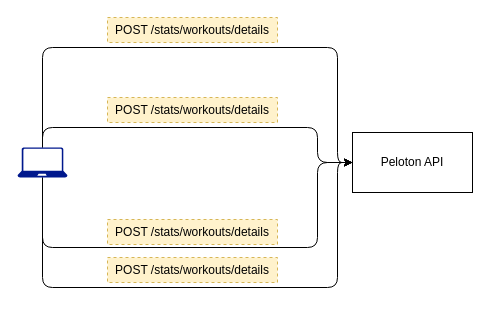
abunuwas/api-sec-book-imgs keeps this draw.io diagram as page "11.2" (12 of 12) of ch11.drawio. Above is the earlier version. Source tidied: cells renumbered, new cells numbered last; positions are measured from the earlier drawing's top-left corner, leaving out a move shared by most shapes. Both pictures are drawn from the tidied source at 100%, with x=0, y=0 at pixel (17, 17).
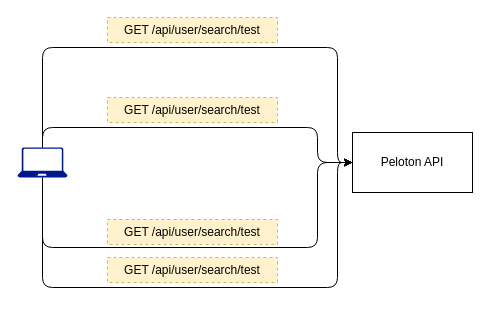
Above is the later version.

Diff of the diagram source:
```diff
@@
 <mxGraphModel>
   <root>
     <mxCell id="0" />
     <mxCell id="1" parent="0" />
     <mxCell id="2" value="Peloton API" style="rounded=0;whiteSpace=wrap;html=1;" parent="1" vertex="1">
       <mxGeometry x="335" y="115" width="120" height="60" as="geometry" />
     </mxCell>
     <mxCell id="3" style="edgeStyle=orthogonalEdgeStyle;rounded=1;jettySize=auto;html=1;entryX=0;entryY=0.5;entryDx=0;entryDy=0;curved=0;" parent="1" edge="1" source="7" target="2">
       <mxGeometry relative="1" as="geometry">
         <Array as="points">
           <mxPoint x="25" y="30" />
           <mxPoint x="320" y="30" />
           <mxPoint x="320" y="145" />
         </Array>
       </mxGeometry>
     </mxCell>
     <mxCell id="4" style="edgeStyle=orthogonalEdgeStyle;rounded=1;jettySize=auto;html=1;entryX=0;entryY=0.5;entryDx=0;entryDy=0;curved=0;" parent="1" edge="1" source="7" target="2">
       <mxGeometry relative="1" as="geometry">
         <Array as="points">
           <mxPoint x="25" y="110" />
           <mxPoint x="300" y="110" />
           <mxPoint x="300" y="145" />
         </Array>
       </mxGeometry>
     </mxCell>
     <mxCell id="5" style="edgeStyle=orthogonalEdgeStyle;rounded=1;jettySize=auto;html=1;entryX=0;entryY=0.5;entryDx=0;entryDy=0;curved=0;" parent="1" edge="1" source="7" target="2">
       <mxGeometry relative="1" as="geometry">
         <Array as="points">
           <mxPoint x="25" y="230" />
           <mxPoint x="300" y="230" />
           <mxPoint x="300" y="145" />
         </Array>
       </mxGeometry>
     </mxCell>
     <mxCell id="6" style="edgeStyle=orthogonalEdgeStyle;rounded=1;jettySize=auto;html=1;entryX=0;entryY=0.5;entryDx=0;entryDy=0;curved=0;" parent="1" edge="1" source="7" target="2">
       <mxGeometry relative="1" as="geometry">
         <Array as="points">
           <mxPoint x="25" y="270" />
           <mxPoint x="320" y="270" />
           <mxPoint x="320" y="145" />
         </Array>
       </mxGeometry>
     </mxCell>
     <mxCell id="7" style="sketch=0;shadow=0;dashed=0;html=1;strokeColor=none;labelPosition=center;verticalLabelPosition=bottom;verticalAlign=top;align=center;fillColor=#00188D;shape=mxgraph.azure.laptop;" parent="1" vertex="1">
       <mxGeometry y="130" width="50" height="30" as="geometry" />
     </mxCell>
-    <mxCell id="8" value="POST /stats/workouts/details" style="text;html=1;align=center;verticalAlign=middle;whiteSpace=wrap;rounded=0;fillColor=#fff2cc;strokeColor=#d6b656;dashed=1;" parent="1" vertex="1">
+    <mxCell id="8" value="GET /api/user/search/test" style="text;html=1;align=center;verticalAlign=middle;whiteSpace=wrap;rounded=0;fillColor=#fff2cc;strokeColor=#d6b656;dashed=1;" parent="1" vertex="1">
       <mxGeometry x="90" width="170" height="25" as="geometry" />
     </mxCell>
-    <mxCell id="9" value="POST /stats/workouts/details" style="text;html=1;align=center;verticalAlign=middle;whiteSpace=wrap;rounded=0;fillColor=#fff2cc;strokeColor=#d6b656;dashed=1;" parent="1" vertex="1">
+    <mxCell id="9" value="GET /api/user/search/test" style="text;html=1;align=center;verticalAlign=middle;whiteSpace=wrap;rounded=0;fillColor=#fff2cc;strokeColor=#d6b656;dashed=1;" parent="1" vertex="1">
       <mxGeometry x="90" y="80" width="170" height="25" as="geometry" />
     </mxCell>
-    <mxCell id="10" value="POST /stats/workouts/details" style="text;html=1;align=center;verticalAlign=middle;whiteSpace=wrap;rounded=0;fillColor=#fff2cc;strokeColor=#d6b656;dashed=1;" parent="1" vertex="1">
+    <mxCell id="10" value="GET /api/user/search/test" style="text;html=1;align=center;verticalAlign=middle;whiteSpace=wrap;rounded=0;fillColor=#fff2cc;strokeColor=#d6b656;dashed=1;" parent="1" vertex="1">
       <mxGeometry x="90" y="202" width="170" height="25" as="geometry" />
     </mxCell>
-    <mxCell id="11" value="POST /stats/workouts/details" style="text;html=1;align=center;verticalAlign=middle;whiteSpace=wrap;rounded=0;fillColor=#fff2cc;strokeColor=#d6b656;dashed=1;" parent="1" vertex="1">
+    <mxCell id="11" value="GET /api/user/search/test" style="text;html=1;align=center;verticalAlign=middle;whiteSpace=wrap;rounded=0;fillColor=#fff2cc;strokeColor=#d6b656;dashed=1;" parent="1" vertex="1">
       <mxGeometry x="90" y="240" width="170" height="25" as="geometry" />
     </mxCell>
   </root>
 </mxGraphModel>
```
